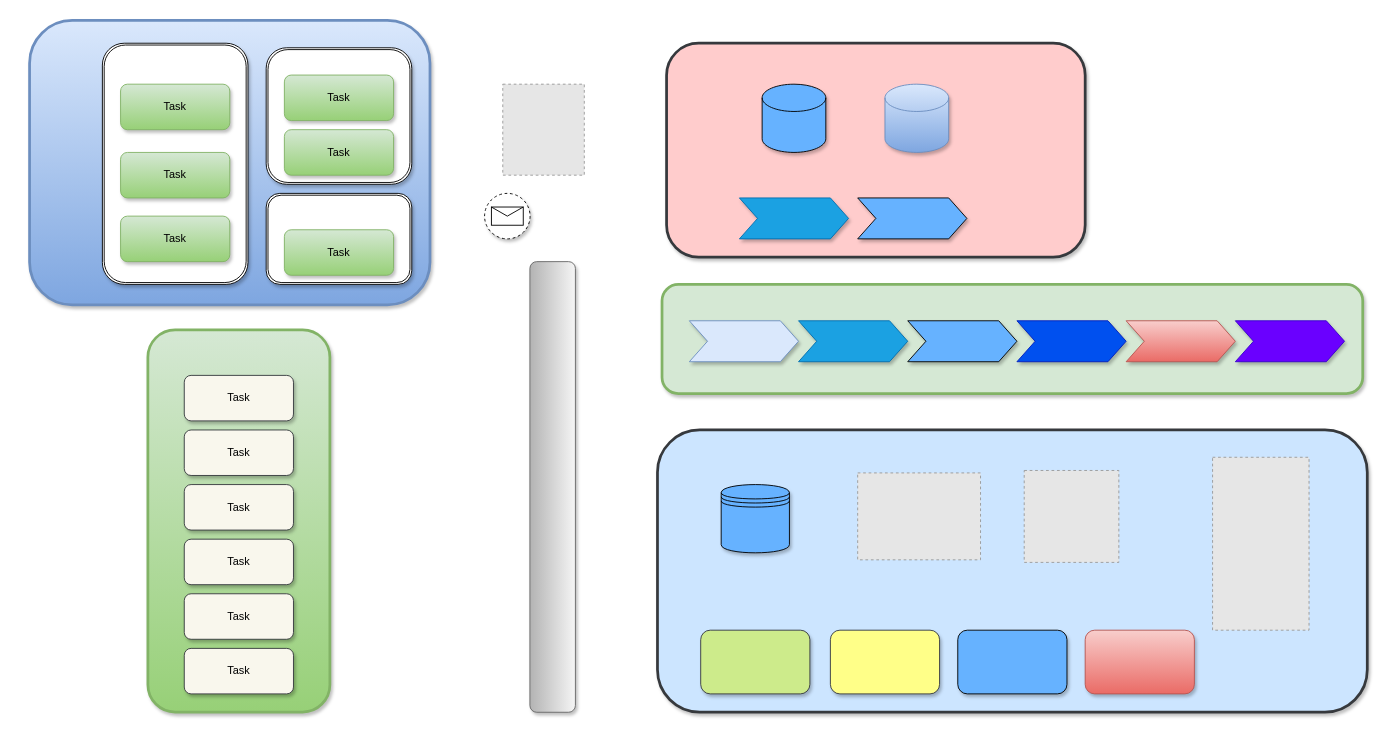
Earlier version of the draw.io diagram Untitled Diagram.drawio (jackxiao007/linux). Source tidied: cells renumbered, new cells numbered last; positions are measured from the earlier drawing's top-left corner, leaving out a move shared by most shapes. Both pictures are drawn from the tidied source at 91%, with x=0, y=0 at pixel (29, 20). Pictures stored in the file or linked from it are replaced by grey dashed boxes.
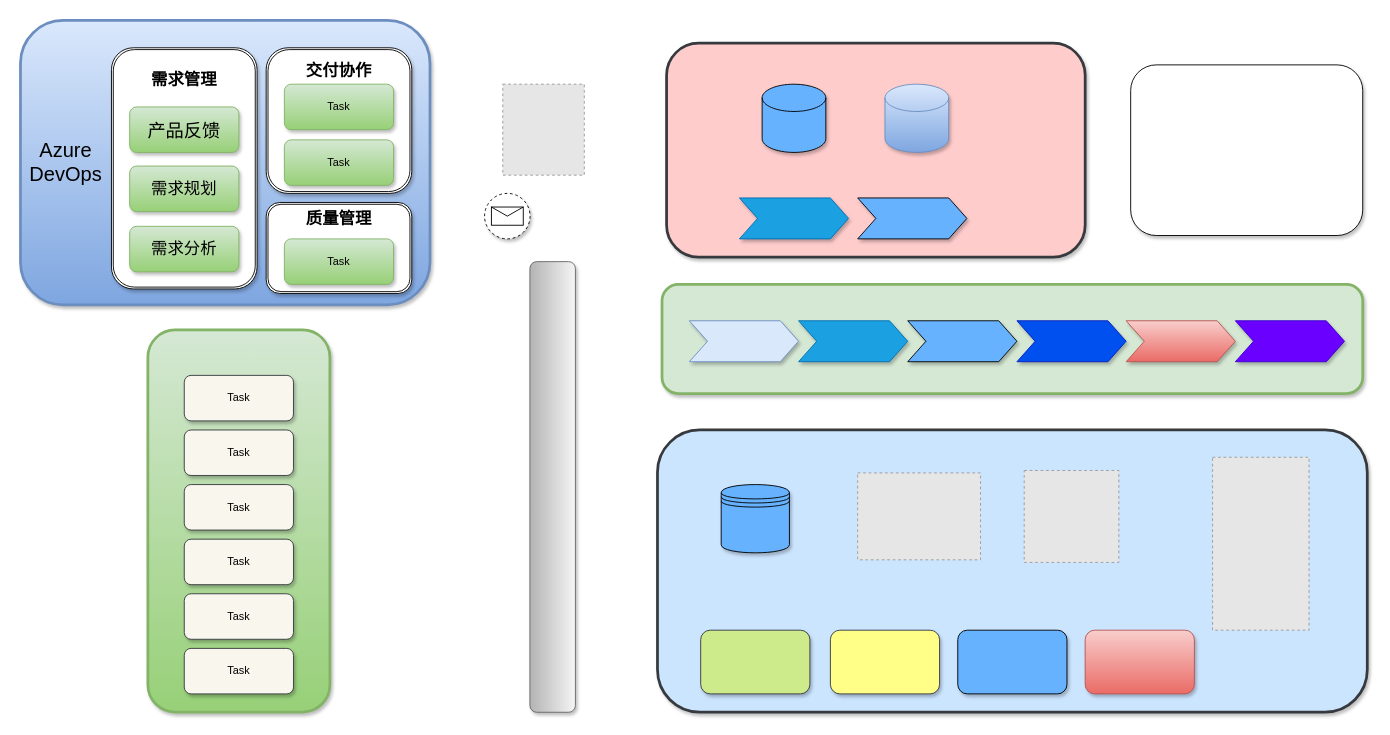
Above is the later version.

The edit, as a diff of the source:
```diff
@@
     <mxCell id="3" style="shape=ext;rounded=1;html=1;whiteSpace=wrap;strokeWidth=3;shadow=1;fillColor=#dae8fc;strokeColor=#6c8ebf;gradientColor=#7ea6e0;" parent="1" vertex="1">
-      <mxGeometry width="440" height="312.5" as="geometry" />
+      <mxGeometry x="-10" width="450" height="312.5" as="geometry" />
     </mxCell>
     <mxCell id="4" style="shape=ext;rounded=1;html=1;whiteSpace=wrap;double=1;shadow=1;" parent="1" vertex="1">
-      <mxGeometry x="80" y="25" width="160" height="265" as="geometry" />
+      <mxGeometry x="90" y="30" width="160" height="265" as="geometry" />
     </mxCell>
     <mxCell id="5" style="shape=ext;rounded=1;html=1;whiteSpace=wrap;double=1;shadow=1;" parent="1" vertex="1">
-      <mxGeometry x="260" y="30" width="160" height="150" as="geometry" />
+      <mxGeometry x="260" y="30" width="160" height="160" as="geometry" />
     </mxCell>
     <mxCell id="6" style="shape=ext;rounded=1;html=1;whiteSpace=wrap;double=1;shadow=1;" parent="1" vertex="1">
-      <mxGeometry x="260" y="190" width="160" height="100" as="geometry" />
+      <mxGeometry x="260" y="200" width="160" height="100" as="geometry" />
     </mxCell>
-    <mxCell id="7" value="Task" style="shape=ext;rounded=1;html=1;whiteSpace=wrap;shadow=1;fillColor=#d5e8d4;strokeColor=#82b366;gradientColor=#97d077;" parent="1" vertex="1">
-      <mxGeometry x="100" y="70" width="120" height="50" as="geometry" />
+    <mxCell id="7" value="&lt;font style=&quot;font-size: 20px&quot;&gt;产品反馈&lt;/font&gt;" style="shape=ext;rounded=1;html=1;whiteSpace=wrap;shadow=1;fillColor=#d5e8d4;strokeColor=#82b366;gradientColor=#97d077;" parent="1" vertex="1">
+      <mxGeometry x="110" y="95" width="120" height="50" as="geometry" />
     </mxCell>
-    <mxCell id="8" value="Task" style="shape=ext;rounded=1;html=1;whiteSpace=wrap;shadow=1;fillColor=#d5e8d4;strokeColor=#82b366;gradientColor=#97d077;" parent="1" vertex="1">
-      <mxGeometry x="100" y="145" width="120" height="50" as="geometry" />
+    <mxCell id="8" value="&lt;font style=&quot;font-size: 18px&quot;&gt;需求规划&lt;/font&gt;" style="shape=ext;rounded=1;html=1;whiteSpace=wrap;shadow=1;fillColor=#d5e8d4;strokeColor=#82b366;gradientColor=#97d077;" parent="1" vertex="1">
+      <mxGeometry x="110" y="160" width="120" height="50" as="geometry" />
     </mxCell>
-    <mxCell id="9" value="Task" style="shape=ext;rounded=1;html=1;whiteSpace=wrap;shadow=1;fillColor=#d5e8d4;strokeColor=#82b366;gradientColor=#97d077;" parent="1" vertex="1">
-      <mxGeometry x="100" y="215" width="120" height="50" as="geometry" />
+    <mxCell id="9" value="&lt;font style=&quot;font-size: 18px&quot;&gt;需求分析&lt;/font&gt;" style="shape=ext;rounded=1;html=1;whiteSpace=wrap;shadow=1;fillColor=#d5e8d4;strokeColor=#82b366;gradientColor=#97d077;" parent="1" vertex="1">
+      <mxGeometry x="110" y="226.2" width="120" height="50" as="geometry" />
     </mxCell>
     <mxCell id="10" value="Task" style="shape=ext;rounded=1;html=1;whiteSpace=wrap;shadow=1;fillColor=#d5e8d4;strokeColor=#82b366;gradientColor=#97d077;" parent="1" vertex="1">
-      <mxGeometry x="280" y="230" width="120" height="50" as="geometry" />
+      <mxGeometry x="280" y="240" width="120" height="50" as="geometry" />
     </mxCell>
     <mxCell id="11" value="Task" style="shape=ext;rounded=1;html=1;whiteSpace=wrap;shadow=1;fillColor=#d5e8d4;strokeColor=#82b366;gradientColor=#97d077;" parent="1" vertex="1">
-      <mxGeometry x="280" y="120" width="120" height="50" as="geometry" />
+      <mxGeometry x="280" y="131.2" width="120" height="50" as="geometry" />
     </mxCell>
     <mxCell id="12" value="Task" style="shape=ext;rounded=1;html=1;whiteSpace=wrap;shadow=1;fillColor=#d5e8d4;strokeColor=#82b366;gradientColor=#97d077;" parent="1" vertex="1">
-      <mxGeometry x="280" y="60" width="120" height="50" as="geometry" />
+      <mxGeometry x="280" y="70" width="120" height="50" as="geometry" />
     </mxCell>
@@
+    <mxCell id="43" value="&lt;span style=&quot;font-size: 22px&quot;&gt;Azure&lt;br&gt;DevOps&lt;br&gt;&lt;/span&gt;" style="text;html=1;strokeColor=none;fillColor=none;align=center;verticalAlign=middle;whiteSpace=wrap;rounded=0;shadow=1;" parent="1" vertex="1">
+      <mxGeometry y="86.2" width="80" height="140" as="geometry" />
+    </mxCell>
+    <mxCell id="44" value="需求管理" style="text;html=1;strokeColor=none;fillColor=none;align=center;verticalAlign=middle;whiteSpace=wrap;rounded=0;shadow=1;fontStyle=1;fontSize=18;" parent="1" vertex="1">
+      <mxGeometry x="120" y="50" width="100" height="30" as="geometry" />
+    </mxCell>
+    <mxCell id="45" value="质量管理" style="text;html=1;strokeColor=none;fillColor=none;align=center;verticalAlign=middle;whiteSpace=wrap;rounded=0;shadow=1;fontStyle=1;fontSize=18;" parent="1" vertex="1">
+      <mxGeometry x="290" y="202.5" width="100" height="30" as="geometry" />
+    </mxCell>
+    <mxCell id="46" value="交付协作" style="text;html=1;strokeColor=none;fillColor=none;align=center;verticalAlign=middle;whiteSpace=wrap;rounded=0;shadow=1;fontStyle=1;fontSize=18;" parent="1" vertex="1">
+      <mxGeometry x="290" y="40" width="100" height="30" as="geometry" />
+    </mxCell>
+    <mxCell id="47" style="rounded=1;whiteSpace=wrap;html=1;shadow=1;fontSize=18;" parent="1" vertex="1">
+      <mxGeometry x="1210" y="48.8" width="255" height="187.5" as="geometry" />
+    </mxCell>
```
